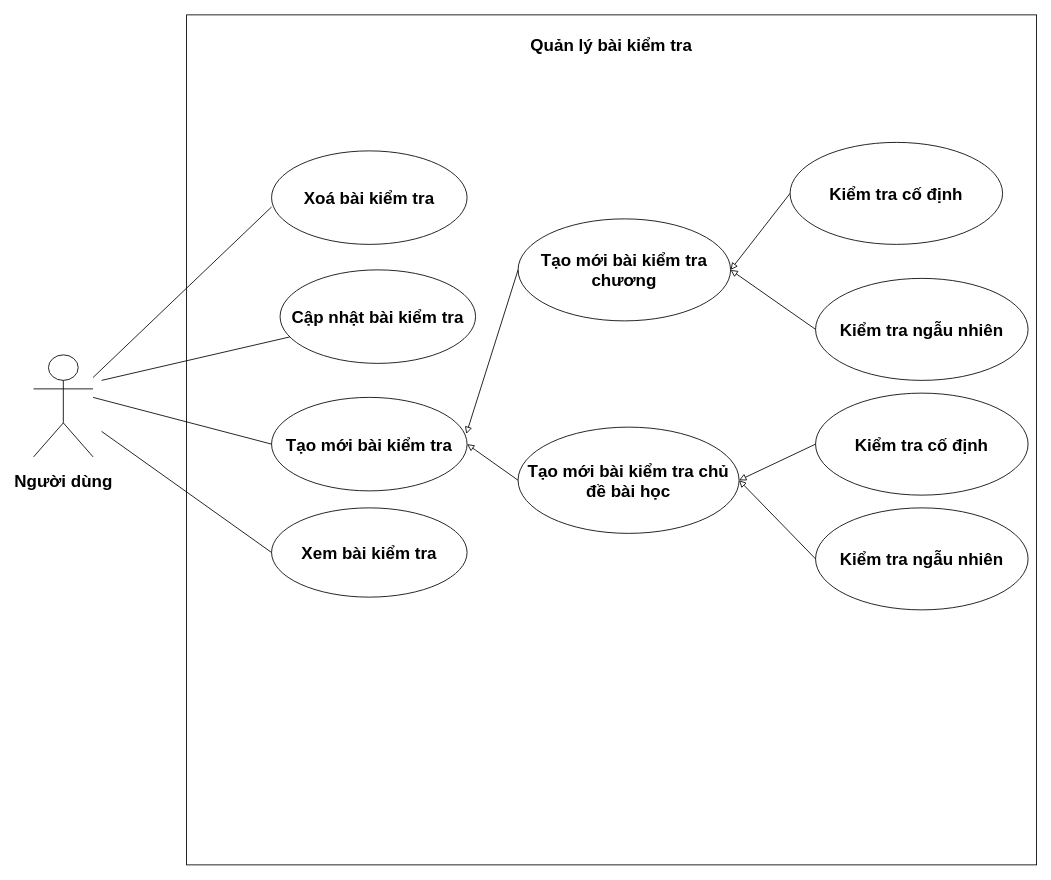
The draw.io diagram page "Use case test" (3 of 7) of src/Untitled Diagram.drawio in Thuong911/vietStudy, before the edit. Source tidied: cells renumbered, new cells numbered last; positions are measured from the earlier drawing's top-left corner, leaving out a move shared by most shapes. Both pictures are drawn from the tidied source at 85%, with x=0, y=0 at pixel (33, 14).
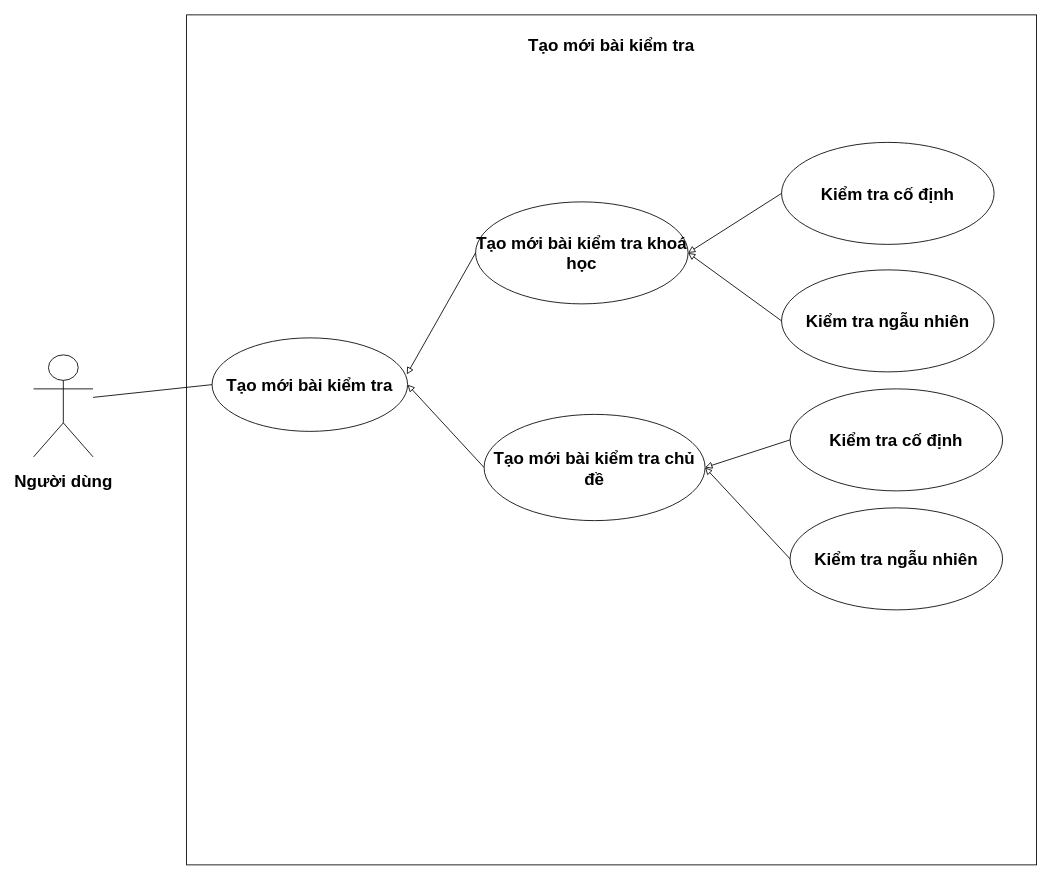
After the change.

The change refers to these unchanged cells:
```xml
<mxCell id="3" value="&lt;p style=&quot;font-size: 20px; line-height: 20%;&quot;&gt;&lt;font style=&quot;font-size: 20px;&quot;&gt;Người &lt;/font&gt;&lt;font style=&quot;font-size: 20px;&quot;&gt;dùng&lt;/font&gt;&lt;/p&gt;" style="shape=umlActor;verticalLabelPosition=bottom;verticalAlign=top;html=1;outlineConnect=0;rounded=0;shadow=0;sketch=0;fontStyle=1;fontSize=20;" parent="1" vertex="1">
  <mxGeometry y="400" width="70" height="120" as="geometry" />
</mxCell>
```

What changed in the source:
```diff
@@
-    <mxCell id="2" value="&lt;h2 style=&quot;font-size: 20px&quot;&gt;Quản lý bài kiểm tra&lt;/h2&gt;" style="whiteSpace=wrap;html=1;rounded=0;shadow=0;sketch=0;verticalAlign=top;fontSize=20;fontStyle=1;" parent="1" vertex="1">
+    <mxCell id="2" value="&lt;h2 style=&quot;font-size: 20px&quot;&gt;Tạo mới bài kiểm tra&lt;/h2&gt;" style="whiteSpace=wrap;html=1;rounded=0;shadow=0;sketch=0;verticalAlign=top;fontSize=20;fontStyle=1;" parent="1" vertex="1">
       <mxGeometry x="180" width="1000" height="1000" as="geometry" />
     </mxCell>
@@
-    <mxCell id="4" value="Xoá bài kiểm tra" style="ellipse;whiteSpace=wrap;html=1;rounded=0;shadow=0;sketch=0;fontSize=20;verticalAlign=middle;align=center;fontStyle=1;" parent="1" vertex="1">
-      <mxGeometry x="280" y="160" width="230" height="110" as="geometry" />
-    </mxCell>
-    <mxCell id="5" value="Cập nhật bài kiểm tra" style="ellipse;whiteSpace=wrap;html=1;rounded=0;shadow=0;sketch=0;fontSize=20;verticalAlign=middle;align=center;fontStyle=1;" parent="1" vertex="1">
-      <mxGeometry x="290" y="300" width="230" height="110" as="geometry" />
-    </mxCell>
-    <mxCell id="6" value="Xem bài kiểm tra" style="ellipse;whiteSpace=wrap;html=1;rounded=0;shadow=0;sketch=0;fontSize=20;verticalAlign=middle;align=center;fontStyle=1;" parent="1" vertex="1">
-      <mxGeometry x="280" y="580" width="230" height="105" as="geometry" />
-    </mxCell>
     <mxCell id="7" value="Tạo mới bài kiểm tra" style="ellipse;whiteSpace=wrap;html=1;rounded=0;shadow=0;sketch=0;fontSize=20;verticalAlign=middle;align=center;fontStyle=1;" parent="1" vertex="1">
-      <mxGeometry x="280" y="450" width="230" height="110" as="geometry" />
+      <mxGeometry x="210" y="380" width="230" height="110" as="geometry" />
     </mxCell>
-    <mxCell id="8" style="endArrow=none;html=1;fontSize=20;entryX=0;entryY=0.5;entryDx=0;entryDy=0;fontStyle=1;" parent="1" edge="1" target="6">
-      <mxGeometry relative="1" as="geometry">
-        <mxPoint x="80" y="490" as="sourcePoint" />
-      </mxGeometry>
-    </mxCell>
-    <mxCell id="9" style="endArrow=none;html=1;fontSize=20;entryX=0;entryY=0.6;entryDx=0;entryDy=0;entryPerimeter=0;fontStyle=1;" parent="1" edge="1" source="3" target="4">
-      <mxGeometry relative="1" as="geometry" />
-    </mxCell>
@@
-    <mxCell id="11" style="endArrow=none;html=1;fontSize=20;fontStyle=1;" parent="1" edge="1" target="5">
-      <mxGeometry relative="1" as="geometry">
-        <mxPoint x="80" y="430" as="sourcePoint" />
-      </mxGeometry>
-    </mxCell>
-    <mxCell id="12" value="Tạo mới bài kiểm tra chương" style="ellipse;whiteSpace=wrap;html=1;rounded=0;shadow=0;sketch=0;fontSize=20;verticalAlign=middle;align=center;fontStyle=1;" parent="1" vertex="1">
-      <mxGeometry x="570" y="240" width="250" height="120" as="geometry" />
+    <mxCell id="12" value="Tạo mới bài kiểm tra khoá học" style="ellipse;whiteSpace=wrap;html=1;rounded=0;shadow=0;sketch=0;fontSize=20;verticalAlign=middle;align=center;fontStyle=1;" parent="1" vertex="1">
+      <mxGeometry x="520" y="220" width="250" height="120" as="geometry" />
     </mxCell>
-    <mxCell id="13" value="Tạo mới bài kiểm tra chủ đề bài học" style="ellipse;whiteSpace=wrap;html=1;rounded=0;shadow=0;sketch=0;fontSize=20;verticalAlign=middle;align=center;fontStyle=1;" parent="1" vertex="1">
-      <mxGeometry x="570" y="485" width="260" height="125" as="geometry" />
+    <mxCell id="13" value="Tạo mới bài kiểm tra chủ đề" style="ellipse;whiteSpace=wrap;html=1;rounded=0;shadow=0;sketch=0;fontSize=20;verticalAlign=middle;align=center;fontStyle=1;" parent="1" vertex="1">
+      <mxGeometry x="530" y="470" width="260" height="125" as="geometry" />
     </mxCell>
     <mxCell id="14" value="Kiểm tra cố định" style="ellipse;whiteSpace=wrap;html=1;rounded=0;shadow=0;sketch=0;fontSize=20;verticalAlign=middle;align=center;fontStyle=1;" parent="1" vertex="1">
-      <mxGeometry x="890" y="150" width="250" height="120" as="geometry" />
+      <mxGeometry x="880" y="150" width="250" height="120" as="geometry" />
     </mxCell>
     <mxCell id="15" value="Kiểm tra ngẫu nhiên" style="ellipse;whiteSpace=wrap;html=1;rounded=0;shadow=0;sketch=0;fontSize=20;verticalAlign=middle;align=center;fontStyle=1;" parent="1" vertex="1">
-      <mxGeometry x="920" y="310" width="250" height="120" as="geometry" />
+      <mxGeometry x="880" y="300" width="250" height="120" as="geometry" />
     </mxCell>
     <mxCell id="16" value="Kiểm tra cố định" style="ellipse;whiteSpace=wrap;html=1;rounded=0;shadow=0;sketch=0;fontSize=20;verticalAlign=middle;align=center;fontStyle=1;" parent="1" vertex="1">
-      <mxGeometry x="920" y="445" width="250" height="120" as="geometry" />
+      <mxGeometry x="890" y="440" width="250" height="120" as="geometry" />
     </mxCell>
     <mxCell id="17" value="Kiểm tra ngẫu nhiên" style="ellipse;whiteSpace=wrap;html=1;rounded=0;shadow=0;sketch=0;fontSize=20;verticalAlign=middle;align=center;fontStyle=1;" parent="1" vertex="1">
-      <mxGeometry x="920" y="580" width="250" height="120" as="geometry" />
+      <mxGeometry x="890" y="580" width="250" height="120" as="geometry" />
     </mxCell>
```
